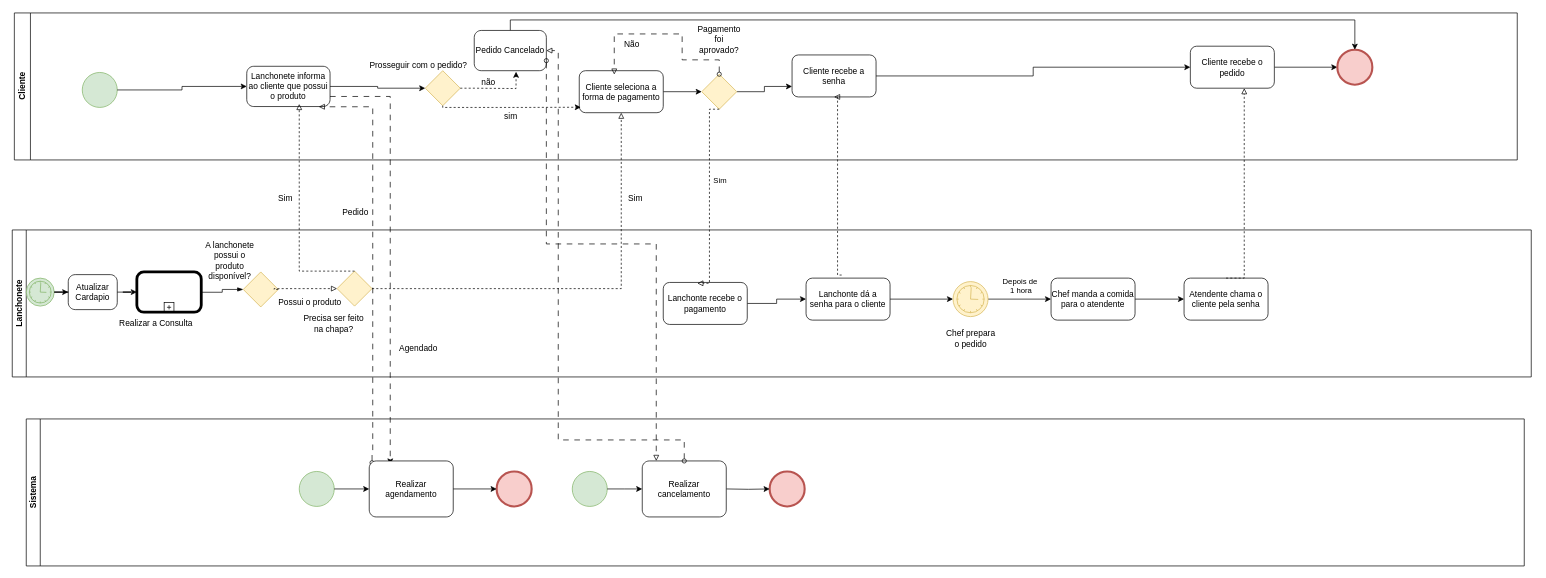
Earlier version of the draw.io diagram Diagramas_do_projeto/Diagrama_Tobe.drawio (VitorHenriqueOC/Projeto_MacFei). Source tidied: cells renumbered, new cells numbered last; positions are measured from the earlier drawing's top-left corner, leaving out a move shared by most shapes. Both pictures are drawn from the tidied source at 70%, with x=0, y=0 at pixel (12, 13).
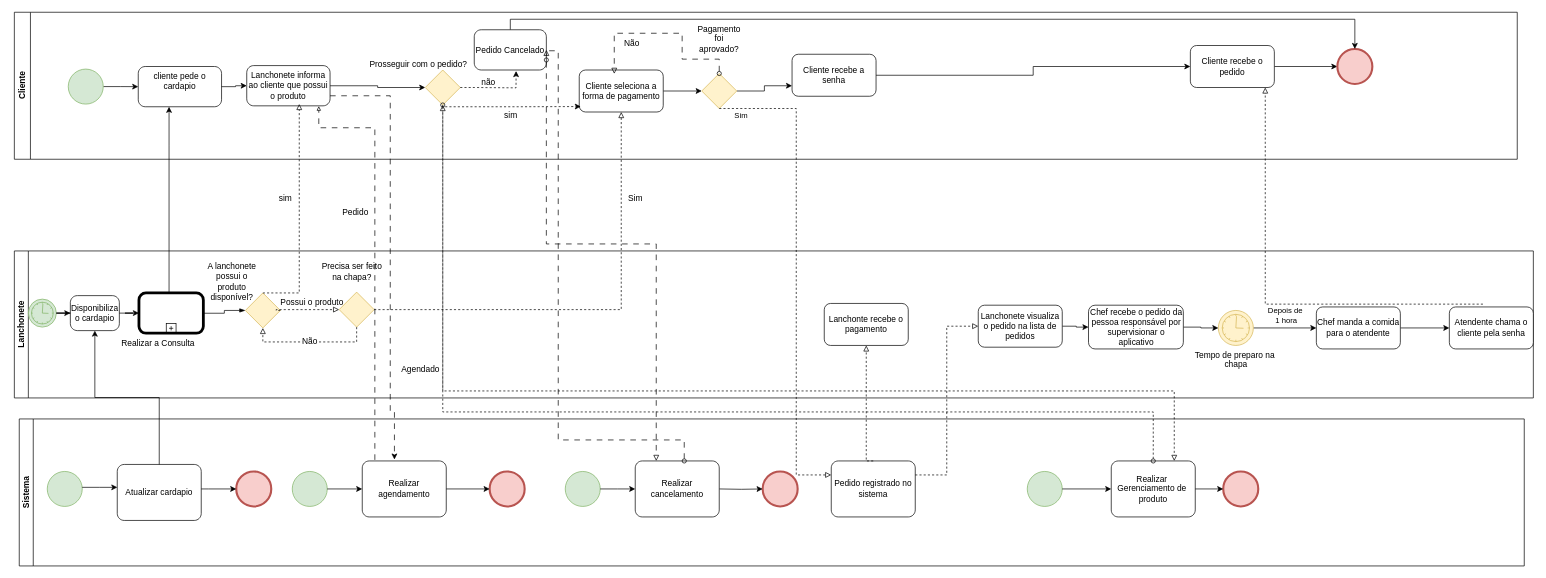
After the change.

Unchanged cells that the change refers to:
```xml
<mxCell id="5" value="Lanchonete informa ao cliente que possui o produto" style="points=[[0.25,0,0],[0.5,0,0],[0.75,0,0],[1,0.25,0],[1,0.5,0],[1,0.75,0],[0.75,1,0],[0.5,1,0],[0.25,1,0],[0,0.75,0],[0,0.5,0],[0,0.25,0]];shape=mxgraph.bpmn.task;whiteSpace=wrap;rectStyle=rounded;size=10;html=1;taskMarker=abstract;" parent="2" vertex="1">
  <mxGeometry x="332" y="76.2" width="119" height="57.5" as="geometry" />
</mxCell>
<mxCell id="9" style="rhombus;whiteSpace=wrap;html=1;fillColor=#fff2cc;strokeColor=#d6b656;" parent="2" vertex="1">
  <mxGeometry x="982" y="87.5" width="50" height="50" as="geometry" />
</mxCell>
<mxCell id="13" value="Cliente recebe a senha" style="rounded=1;whiteSpace=wrap;html=1;" parent="2" vertex="1">
  <mxGeometry x="1111" y="60" width="120" height="60" as="geometry" />
</mxCell>
<mxCell id="15" value="Cliente recebe o pedido" style="rounded=1;whiteSpace=wrap;html=1;" parent="2" vertex="1">
  <mxGeometry x="1680" y="47.5" width="120" height="60" as="geometry" />
</mxCell>
<mxCell id="22" style="rhombus;whiteSpace=wrap;html=1;fillColor=#fff2cc;strokeColor=#d6b656;" parent="2" vertex="1">
  <mxGeometry x="587" y="82.5" width="50" height="50" as="geometry" />
</mxCell>
<mxCell id="29" style="points=[[0.25,0,0],[0.5,0,0],[0.75,0,0],[1,0.25,0],[1,0.5,0],[1,0.75,0],[0.75,1,0],[0.5,1,0],[0.25,1,0],[0,0.75,0],[0,0.5,0],[0,0.25,0]];shape=mxgraph.bpmn.task;whiteSpace=wrap;rectStyle=rounded;size=10;html=1;bpmnShapeType=call;isLoopSub=1;" parent="28" vertex="1">
  <mxGeometry x="178" y="60" width="92" height="57.5" as="geometry" />
</mxCell>
<mxCell id="33" style="rhombus;whiteSpace=wrap;html=1;fillColor=#fff2cc;strokeColor=#d6b656;" parent="28" vertex="1">
  <mxGeometry x="330" y="60" width="50" height="50" as="geometry" />
</mxCell>
<mxCell id="42" style="rhombus;whiteSpace=wrap;html=1;fillColor=#fff2cc;strokeColor=#d6b656;" parent="28" vertex="1">
  <mxGeometry x="464" y="58.8" width="50" height="50" as="geometry" />
</mxCell>
<mxCell id="65" value="Realizar agendamento" style="points=[[0.25,0,0],[0.5,0,0],[0.75,0,0],[1,0.25,0],[1,0.5,0],[1,0.75,0],[0.75,1,0],[0.5,1,0],[0.25,1,0],[0,0.75,0],[0,0.5,0],[0,0.25,0]];shape=mxgraph.bpmn.task;whiteSpace=wrap;rectStyle=rounded;size=10;html=1;taskMarker=abstract;" parent="64" vertex="1">
  <mxGeometry x="490" y="60" width="120" height="80" as="geometry" />
</mxCell>
```

What changed in the source:
```diff
@@
     <mxCell id="2" value="Cliente" style="swimlane;horizontal=0;whiteSpace=wrap;html=1;" parent="1" vertex="1">
-      <mxGeometry x="3" width="2147" height="210" as="geometry" />
+      <mxGeometry x="3" y="-1" width="2147" height="210" as="geometry" />
     </mxCell>
+    <mxCell id="78" style="edgeStyle=orthogonalEdgeStyle;rounded=0;jettySize=auto;html=1;" parent="2" edge="1" source="3" target="79">
+      <mxGeometry relative="1" as="geometry" />
+    </mxCell>
     <mxCell id="3" style="points=[[0.145,0.145,0],[0.5,0,0],[0.855,0.145,0],[1,0.5,0],[0.855,0.855,0],[0.5,1,0],[0.145,0.855,0],[0,0.5,0]];shape=mxgraph.bpmn.event;html=1;verticalLabelPosition=bottom;labelBackgroundColor=#ffffff;verticalAlign=top;align=center;perimeter=ellipsePerimeter;outlineConnect=0;outline=standard;symbol=general;fillColor=#d5e8d4;strokeColor=#82b366;" parent="2" vertex="1">
-      <mxGeometry x="97" y="85" width="50" height="50" as="geometry" />
+      <mxGeometry x="77" y="81.2" width="50" height="50" as="geometry" />
     </mxCell>
@@
-    <mxCell id="18" style="edgeStyle=orthogonalEdgeStyle;rounded=0;jettySize=auto;html=1;entryX=0;entryY=0.5;entryDx=0;entryDy=0;entryPerimeter=0;" parent="2" edge="1" source="3" target="5">
-      <mxGeometry relative="1" as="geometry" />
-    </mxCell>
@@
+    <mxCell id="79" value="cliente pede o cardapio&lt;div&gt;&lt;br&gt;&lt;/div&gt;" style="points=[[0.25,0,0],[0.5,0,0],[0.75,0,0],[1,0.25,0],[1,0.5,0],[1,0.75,0],[0.75,1,0],[0.5,1,0],[0.25,1,0],[0,0.75,0],[0,0.5,0],[0,0.25,0]];shape=mxgraph.bpmn.task;whiteSpace=wrap;rectStyle=rounded;size=10;html=1;taskMarker=abstract;" parent="2" vertex="1">
+      <mxGeometry x="177" y="77.5" width="119" height="57.5" as="geometry" />
+    </mxCell>
+    <mxCell id="80" style="edgeStyle=orthogonalEdgeStyle;rounded=0;jettySize=auto;html=1;entryX=0;entryY=0.5;entryDx=0;entryDy=0;entryPerimeter=0;" parent="2" edge="1" source="79" target="5">
+      <mxGeometry relative="1" as="geometry" />
+    </mxCell>
-    <mxCell id="28" value="Lanchonete" style="swimlane;startSize=20;horizontal=0;html=1;whiteSpace=wrap;" parent="1" vertex="1">
-      <mxGeometry y="310" width="2170" height="210" as="geometry" />
+    <mxCell id="28" value="Lanchonete" style="swimlane;startSize=20;horizontal=0;html=1;whiteSpace=wrap;fontSize=12;" parent="1" vertex="1">
+      <mxGeometry x="3" y="340" width="2170" height="210" as="geometry" />
     </mxCell>
@@
-    <mxCell id="35" style="edgeStyle=orthogonalEdgeStyle;rounded=0;jettySize=auto;html=1;" parent="28" edge="1" source="36" target="38">
-      <mxGeometry relative="1" as="geometry" />
-    </mxCell>
     <mxCell id="36" value="Lanchonte recebe o pagamento" style="rounded=1;whiteSpace=wrap;html=1;" parent="28" vertex="1">
-      <mxGeometry x="930" y="75" width="120" height="60" as="geometry" />
+      <mxGeometry x="1157" y="75" width="120" height="60" as="geometry" />
     </mxCell>
-    <mxCell id="37" style="edgeStyle=orthogonalEdgeStyle;rounded=0;jettySize=auto;html=1;" parent="28" edge="1" source="38" target="41">
-      <mxGeometry relative="1" as="geometry" />
-    </mxCell>
-    <mxCell id="38" value="Lanchonte dá a senha para o cliente" style="rounded=1;whiteSpace=wrap;html=1;" parent="28" vertex="1">
-      <mxGeometry x="1134" y="68.8" width="120" height="60" as="geometry" />
-    </mxCell>
@@
-    <mxCell id="41" style="points=[[0.145,0.145,0],[0.5,0,0],[0.855,0.145,0],[1,0.5,0],[0.855,0.855,0],[0.5,1,0],[0.145,0.855,0],[0,0.5,0]];shape=mxgraph.bpmn.event;html=1;verticalLabelPosition=bottom;labelBackgroundColor=#ffffff;verticalAlign=top;align=center;perimeter=ellipsePerimeter;outlineConnect=0;outline=standard;symbol=timer;fillColor=#fff2cc;strokeColor=#d6b656;" parent="28" vertex="1">
-      <mxGeometry x="1344" y="73.8" width="50" height="50" as="geometry" />
+    <mxCell id="41" value="Tempo de preparo na&amp;nbsp;&lt;div&gt;chapa&lt;/div&gt;" style="points=[[0.145,0.145,0],[0.5,0,0],[0.855,0.145,0],[1,0.5,0],[0.855,0.855,0],[0.5,1,0],[0.145,0.855,0],[0,0.5,0]];shape=mxgraph.bpmn.event;html=1;verticalLabelPosition=bottom;labelBackgroundColor=#ffffff;verticalAlign=top;align=center;perimeter=ellipsePerimeter;outlineConnect=0;outline=standard;symbol=timer;fillColor=#fff2cc;strokeColor=#d6b656;" parent="28" vertex="1">
+      <mxGeometry x="1720" y="85" width="50" height="50" as="geometry" />
     </mxCell>
@@
-    <mxCell id="43" value="Chef prepara o pedido" style="text;html=1;align=center;verticalAlign=middle;whiteSpace=wrap;rounded=0;" parent="28" vertex="1">
-      <mxGeometry x="1328.5" y="140" width="81" height="30" as="geometry" />
-    </mxCell>
@@
     <mxCell id="45" value="Possui o produto" style="text;html=1;align=center;verticalAlign=middle;strokeColor=none;fillColor=none;" parent="28" vertex="1">
-      <mxGeometry x="370" y="87.5" width="110" height="30" as="geometry" />
+      <mxGeometry x="370" y="58.8" width="110" height="30" as="geometry" />
     </mxCell>
@@
     <mxCell id="47" value="Chef manda a comida para o atendente" style="rounded=1;whiteSpace=wrap;html=1;" parent="28" vertex="1">
-      <mxGeometry x="1484" y="68.8" width="120" height="60" as="geometry" />
+      <mxGeometry x="1860" y="80" width="120" height="60" as="geometry" />
     </mxCell>
     <mxCell id="48" value="Atendente chama o cliente pela senha" style="whiteSpace=wrap;html=1;rounded=1;" parent="28" vertex="1">
-      <mxGeometry x="1674" y="68.8" width="120" height="60" as="geometry" />
+      <mxGeometry x="2050" y="80" width="120" height="60" as="geometry" />
     </mxCell>
-    <mxCell id="49" value="Precisa ser feito&lt;div&gt;na chapa?&lt;/div&gt;" style="text;html=1;align=center;verticalAlign=middle;strokeColor=none;fillColor=none;" parent="28" vertex="1">
-      <mxGeometry x="404" y="113.8" width="110" height="40" as="geometry" />
+    <mxCell id="49" value="Precisa ser feito&lt;div style=&quot;line-height: 120%;&quot;&gt;na chapa?&lt;/div&gt;" style="text;html=1;align=center;verticalAlign=middle;strokeColor=none;fillColor=none;" parent="28" vertex="1">
+      <mxGeometry x="427" y="10" width="110" height="40" as="geometry" />
     </mxCell>
@@
-    <mxCell id="51" style="edgeStyle=orthogonalEdgeStyle;rounded=0;jettySize=auto;html=1;entryX=0.865;entryY=1.006;entryDx=0;entryDy=0;entryPerimeter=0;dashed=1;dashPattern=8 8;endArrow=block;endFill=0;startArrow=oval;startFill=0;exitX=0.35;exitY=-0.031;exitDx=0;exitDy=0;exitPerimeter=0;" parent="28" edge="1" target="5">
+    <mxCell id="51" style="edgeStyle=orthogonalEdgeStyle;rounded=0;jettySize=auto;html=1;entryX=0.865;entryY=1.006;entryDx=0;entryDy=0;entryPerimeter=0;dashed=1;dashPattern=8 8;endArrow=block;endFill=0;startArrow=oval;startFill=0;exitX=0.35;exitY=-0.031;exitDx=0;exitDy=0;exitPerimeter=0;endSize=4;" parent="28" edge="1" target="5">
       <mxGeometry relative="1" as="geometry">
         <mxPoint x="514" y="332.5" as="sourcePoint" />
         <Array as="points">
           <mxPoint x="514" y="315" />
           <mxPoint x="515" y="315" />
           <mxPoint x="515" y="-176" />
         </Array>
       </mxGeometry>
     </mxCell>
-    <mxCell id="52" style="edgeStyle=orthogonalEdgeStyle;rounded=0;jettySize=auto;html=1;entryX=0.75;entryY=0;entryDx=0;entryDy=0;entryPerimeter=0;exitX=1;exitY=0.75;exitDx=0;exitDy=0;exitPerimeter=0;dashed=1;dashPattern=8 8;" parent="28" edge="1" source="5">
-      <mxGeometry relative="1" as="geometry">
-        <mxPoint x="540" y="335" as="targetPoint" />
-        <Array as="points">
-          <mxPoint x="540" y="-191" />
-        </Array>
-      </mxGeometry>
-    </mxCell>
-    <mxCell id="53" value="Atualizar Cardapio" style="points=[[0.25,0,0],[0.5,0,0],[0.75,0,0],[1,0.25,0],[1,0.5,0],[1,0.75,0],[0.75,1,0],[0.5,1,0],[0.25,1,0],[0,0.75,0],[0,0.5,0],[0,0.25,0]];shape=mxgraph.bpmn.task;whiteSpace=wrap;rectStyle=rounded;size=10;html=1;taskMarker=abstract;" parent="28" vertex="1">
+    <mxCell id="53" value="Disponibiliza o cardapio" style="points=[[0.25,0,0],[0.5,0,0],[0.75,0,0],[1,0.25,0],[1,0.5,0],[1,0.75,0],[0.75,1,0],[0.5,1,0],[0.25,1,0],[0,0.75,0],[0,0.5,0],[0,0.25,0]];shape=mxgraph.bpmn.task;whiteSpace=wrap;rectStyle=rounded;size=10;html=1;taskMarker=abstract;" parent="28" vertex="1">
       <mxGeometry x="80" y="63.8" width="70" height="50" as="geometry" />
     </mxCell>
@@
-    <mxCell id="56" style="edgeStyle=elbowEdgeStyle;fontSize=12;html=1;endFill=0;startFill=0;endSize=6;startSize=6;dashed=1;endArrow=block;startArrow=none;rounded=0;exitX=0.424;exitY=-0.073;exitDx=0;exitDy=0;exitPerimeter=0;entryX=0.5;entryY=1;entryDx=0;entryDy=0;" parent="1" edge="1" source="38" target="13">
-      <mxGeometry relative="1" as="geometry" />
-    </mxCell>
+    <mxCell id="81" style="edgeStyle=orthogonalEdgeStyle;rounded=0;jettySize=auto;html=1;" parent="28" edge="1" source="82" target="84">
+      <mxGeometry relative="1" as="geometry" />
+    </mxCell>
+    <mxCell id="82" value="Lanchonete visualiza o pedido na lista de pedidos" style="rounded=1;whiteSpace=wrap;html=1;" parent="28" vertex="1">
+      <mxGeometry x="1377" y="77.5" width="120" height="60" as="geometry" />
+    </mxCell>
+    <mxCell id="83" style="edgeStyle=orthogonalEdgeStyle;rounded=0;jettySize=auto;html=1;" parent="28" edge="1" source="84" target="41">
+      <mxGeometry relative="1" as="geometry" />
+    </mxCell>
+    <mxCell id="84" value="Chef recebe o pedido da pessoa responsável por supervisionar o aplicativo" style="rounded=1;whiteSpace=wrap;html=1;" parent="28" vertex="1">
+      <mxGeometry x="1534.5" y="77.5" width="135.5" height="62.5" as="geometry" />
+    </mxCell>
+    <mxCell id="85" value="Não" style="edgeStyle=elbowEdgeStyle;fontSize=12;html=1;endFill=0;startFill=0;endSize=6;startSize=6;dashed=1;endArrow=block;startArrow=none;rounded=0;entryX=0.5;entryY=1;entryDx=0;entryDy=0;elbow=vertical;exitX=0.5;exitY=1;exitDx=0;exitDy=0;" parent="28" edge="1" source="42" target="33">
+      <mxGeometry relative="1" as="geometry">
+        <Array as="points">
+          <mxPoint x="407" y="130" />
+        </Array>
+      </mxGeometry>
+    </mxCell>
-    <mxCell id="57" style="edgeStyle=elbowEdgeStyle;fontSize=12;html=1;endFill=0;startFill=0;endSize=6;startSize=6;dashed=1;endArrow=block;startArrow=none;rounded=0;exitX=0.5;exitY=0;exitDx=0;exitDy=0;" parent="1" edge="1" source="42">
+    <mxCell id="57" style="edgeStyle=elbowEdgeStyle;fontSize=12;html=1;endFill=0;startFill=0;endSize=6;startSize=6;dashed=1;endArrow=block;startArrow=none;rounded=0;exitX=0.5;exitY=0;exitDx=0;exitDy=0;" parent="1" edge="1" source="33">
       <mxGeometry relative="1" as="geometry">
         <mxPoint x="410" y="130" as="targetPoint" />
         <Array as="points">
           <mxPoint x="410" y="250" />
           <mxPoint x="1290" y="260" />
         </Array>
       </mxGeometry>
     </mxCell>
-    <mxCell id="58" style="edgeStyle=elbowEdgeStyle;fontSize=12;html=1;endFill=0;startFill=0;endSize=6;startSize=6;dashed=1;endArrow=block;startArrow=none;rounded=0;exitX=0.5;exitY=0;exitDx=0;exitDy=0;" parent="1" edge="1" source="48" target="15">
+    <mxCell id="58" style="edgeStyle=elbowEdgeStyle;fontSize=12;html=1;endFill=0;startFill=0;endSize=6;startSize=6;dashed=1;endArrow=block;startArrow=none;rounded=0;exitX=0.4;exitY=-0.067;exitDx=0;exitDy=0;exitPerimeter=0;" parent="1" edge="1" source="48" target="15">
       <mxGeometry relative="1" as="geometry">
         <Array as="points">
-          <mxPoint x="1760" y="260" />
+          <mxPoint x="1790" y="380" />
         </Array>
       </mxGeometry>
     </mxCell>
@@
-    <mxCell id="60" value="Sim" style="text;html=1;align=center;verticalAlign=middle;strokeColor=none;fillColor=none;" parent="1" vertex="1">
+    <mxCell id="60" value="&lt;div&gt;sim&lt;/div&gt;" style="text;html=1;align=center;verticalAlign=middle;strokeColor=none;fillColor=none;" parent="1" vertex="1">
       <mxGeometry x="370" y="250" width="40" height="30" as="geometry" />
     </mxCell>
@@
-    <mxCell id="62" style="edgeStyle=elbowEdgeStyle;fontSize=12;html=1;endFill=0;startFill=0;endSize=6;startSize=6;dashed=1;endArrow=block;startArrow=none;rounded=0;exitX=0.5;exitY=1;exitDx=0;exitDy=0;entryX=0.406;entryY=0.02;entryDx=0;entryDy=0;entryPerimeter=0;" parent="1" edge="1" source="9" target="36">
-      <mxGeometry relative="1" as="geometry">
-        <Array as="points">
-          <mxPoint x="996" y="210" />
-        </Array>
-      </mxGeometry>
-    </mxCell>
-    <mxCell id="63" value="Sim" style="edgeLabel;html=1;align=center;verticalAlign=middle;" parent="62" vertex="1">
-      <mxGeometry x="-0.19" y="4" relative="1" as="geometry">
-        <mxPoint x="10" y="2" as="offset" />
-      </mxGeometry>
-    </mxCell>
     <mxCell id="64" value="Sistema" style="swimlane;startSize=20;horizontal=0;html=1;whiteSpace=wrap;" parent="1" vertex="1">
-      <mxGeometry x="20" y="580" width="2140" height="210" as="geometry" />
+      <mxGeometry x="10" y="580" width="2150" height="210" as="geometry" />
     </mxCell>
@@
+    <mxCell id="86" value="Realizar&amp;nbsp;&lt;div&gt;Gerenciamento de&amp;nbsp;&lt;/div&gt;&lt;div&gt;produto&lt;/div&gt;" style="points=[[0.25,0,0],[0.5,0,0],[0.75,0,0],[1,0.25,0],[1,0.5,0],[1,0.75,0],[0.75,1,0],[0.5,1,0],[0.25,1,0],[0,0.75,0],[0,0.5,0],[0,0.25,0]];shape=mxgraph.bpmn.task;whiteSpace=wrap;rectStyle=rounded;size=10;html=1;taskMarker=abstract;" parent="64" vertex="1">
+      <mxGeometry x="1560" y="60" width="120" height="80" as="geometry" />
+    </mxCell>
+    <mxCell id="87" value="Pedido registrado no sistema" style="points=[[0.25,0,0],[0.5,0,0],[0.75,0,0],[1,0.25,0],[1,0.5,0],[1,0.75,0],[0.75,1,0],[0.5,1,0],[0.25,1,0],[0,0.75,0],[0,0.5,0],[0,0.25,0]];shape=mxgraph.bpmn.task;whiteSpace=wrap;rectStyle=rounded;size=10;html=1;taskMarker=abstract;" parent="64" vertex="1">
+      <mxGeometry x="1160" y="60" width="120" height="80" as="geometry" />
+    </mxCell>
+    <mxCell id="88" style="points=[[0.145,0.145,0],[0.5,0,0],[0.855,0.145,0],[1,0.5,0],[0.855,0.855,0],[0.5,1,0],[0.145,0.855,0],[0,0.5,0]];shape=mxgraph.bpmn.event;html=1;verticalLabelPosition=bottom;labelBackgroundColor=#ffffff;verticalAlign=top;align=center;perimeter=ellipsePerimeter;outlineConnect=0;outline=standard;symbol=general;fillColor=#d5e8d4;strokeColor=#82b366;" parent="64" vertex="1">
+      <mxGeometry x="1440" y="75" width="50" height="50" as="geometry" />
+    </mxCell>
+    <mxCell id="89" style="points=[[0.145,0.145,0],[0.5,0,0],[0.855,0.145,0],[1,0.5,0],[0.855,0.855,0],[0.5,1,0],[0.145,0.855,0],[0,0.5,0]];shape=mxgraph.bpmn.event;html=1;verticalLabelPosition=bottom;labelBackgroundColor=#ffffff;verticalAlign=top;align=center;perimeter=ellipsePerimeter;outlineConnect=0;outline=end;symbol=terminate2;fillColor=#f8cecc;strokeColor=#b85450;" parent="64" vertex="1">
+      <mxGeometry x="1720" y="75" width="50" height="50" as="geometry" />
+    </mxCell>
+    <mxCell id="90" style="edgeStyle=orthogonalEdgeStyle;rounded=0;jettySize=auto;html=1;entryX=0;entryY=0.5;entryDx=0;entryDy=0;entryPerimeter=0;" parent="64" edge="1" source="88" target="86">
+      <mxGeometry relative="1" as="geometry" />
+    </mxCell>
+    <mxCell id="91" style="edgeStyle=orthogonalEdgeStyle;rounded=0;jettySize=auto;html=1;entryX=0;entryY=0.5;entryDx=0;entryDy=0;entryPerimeter=0;" parent="64" edge="1" source="86" target="89">
+      <mxGeometry relative="1" as="geometry" />
+    </mxCell>
+    <mxCell id="92" value="Atualizar cardapio" style="points=[[0.25,0,0],[0.5,0,0],[0.75,0,0],[1,0.25,0],[1,0.5,0],[1,0.75,0],[0.75,1,0],[0.5,1,0],[0.25,1,0],[0,0.75,0],[0,0.5,0],[0,0.25,0]];shape=mxgraph.bpmn.task;whiteSpace=wrap;rectStyle=rounded;size=10;html=1;taskMarker=abstract;" parent="64" vertex="1">
+      <mxGeometry x="140" y="65" width="120" height="80" as="geometry" />
+    </mxCell>
+    <mxCell id="93" style="points=[[0.145,0.145,0],[0.5,0,0],[0.855,0.145,0],[1,0.5,0],[0.855,0.855,0],[0.5,1,0],[0.145,0.855,0],[0,0.5,0]];shape=mxgraph.bpmn.event;html=1;verticalLabelPosition=bottom;labelBackgroundColor=#ffffff;verticalAlign=top;align=center;perimeter=ellipsePerimeter;outlineConnect=0;outline=end;symbol=terminate2;fillColor=#f8cecc;strokeColor=#b85450;" parent="64" vertex="1">
+      <mxGeometry x="310" y="75" width="50" height="50" as="geometry" />
+    </mxCell>
+    <mxCell id="94" style="points=[[0.145,0.145,0],[0.5,0,0],[0.855,0.145,0],[1,0.5,0],[0.855,0.855,0],[0.5,1,0],[0.145,0.855,0],[0,0.5,0]];shape=mxgraph.bpmn.event;html=1;verticalLabelPosition=bottom;labelBackgroundColor=#ffffff;verticalAlign=top;align=center;perimeter=ellipsePerimeter;outlineConnect=0;outline=standard;symbol=general;fillColor=#d5e8d4;strokeColor=#82b366;" parent="64" vertex="1">
+      <mxGeometry x="40" y="75" width="50" height="50" as="geometry" />
+    </mxCell>
+    <mxCell id="95" style="edgeStyle=orthogonalEdgeStyle;rounded=0;jettySize=auto;html=1;entryX=0.001;entryY=0.409;entryDx=0;entryDy=0;entryPerimeter=0;" parent="64" edge="1" source="94" target="92">
+      <mxGeometry relative="1" as="geometry">
+        <Array as="points">
+          <mxPoint x="115" y="98" />
+        </Array>
+      </mxGeometry>
+    </mxCell>
+    <mxCell id="96" style="edgeStyle=orthogonalEdgeStyle;rounded=0;jettySize=auto;html=1;entryX=0;entryY=0.5;entryDx=0;entryDy=0;entryPerimeter=0;" parent="64" edge="1" source="92" target="93">
+      <mxGeometry relative="1" as="geometry">
+        <Array as="points">
+          <mxPoint x="270" y="100" />
+          <mxPoint x="270" y="100" />
+        </Array>
+      </mxGeometry>
+    </mxCell>
@@
+    <mxCell id="62" style="edgeStyle=elbowEdgeStyle;fontSize=12;html=1;endFill=0;startFill=0;endSize=6;startSize=6;dashed=1;endArrow=block;startArrow=none;rounded=0;exitX=0.5;exitY=1;exitDx=0;exitDy=0;entryX=0;entryY=0.25;entryDx=0;entryDy=0;entryPerimeter=0;" parent="1" edge="1" source="9" target="87">
+      <mxGeometry relative="1" as="geometry">
+        <Array as="points">
+          <mxPoint x="1120" y="410" />
+        </Array>
+      </mxGeometry>
+    </mxCell>
+    <mxCell id="63" value="Sim" style="edgeLabel;html=1;align=center;verticalAlign=middle;" parent="62" vertex="1">
+      <mxGeometry x="-0.19" y="4" relative="1" as="geometry">
+        <mxPoint x="-84" y="-158" as="offset" />
+      </mxGeometry>
+    </mxCell>
+    <mxCell id="97" style="edgeStyle=orthogonalEdgeStyle;rounded=0;jettySize=auto;html=1;exitX=0.5;exitY=1;exitDx=0;exitDy=0;dashed=1;endArrow=block;endFill=0;startArrow=oval;startFill=0;" parent="1" edge="1" source="22" target="86">
+      <mxGeometry relative="1" as="geometry">
+        <Array as="points">
+          <mxPoint x="615" y="540" />
+          <mxPoint x="1660" y="540" />
+        </Array>
+      </mxGeometry>
+    </mxCell>
+    <mxCell id="98" style="edgeStyle=elbowEdgeStyle;fontSize=12;html=1;endFill=0;startFill=0;endSize=6;startSize=6;dashed=1;endArrow=block;startArrow=none;rounded=0;exitX=0.5;exitY=0;exitDx=0;exitDy=0;exitPerimeter=0;entryX=0.5;entryY=1;entryDx=0;entryDy=0;" parent="1" edge="1" source="87" target="36">
+      <mxGeometry relative="1" as="geometry">
+        <Array as="points">
+          <mxPoint x="1220" y="580" />
+        </Array>
+      </mxGeometry>
+    </mxCell>
+    <mxCell id="99" style="edgeStyle=orthogonalEdgeStyle;rounded=0;jettySize=auto;html=1;entryX=0.5;entryY=1;entryDx=0;entryDy=0;entryPerimeter=0;" parent="1" edge="1" source="92" target="53">
+      <mxGeometry relative="1" as="geometry" />
+    </mxCell>
+    <mxCell id="100" style="edgeStyle=orthogonalEdgeStyle;rounded=0;jettySize=auto;html=1;" parent="1" edge="1" source="29" target="79">
+      <mxGeometry relative="1" as="geometry">
+        <Array as="points">
+          <mxPoint x="224" y="190" />
+          <mxPoint x="224" y="190" />
+        </Array>
+      </mxGeometry>
+    </mxCell>
+    <mxCell id="101" style="edgeStyle=orthogonalEdgeStyle;rounded=0;jettySize=auto;html=1;entryX=0.5;entryY=1;entryDx=0;entryDy=0;dashed=1;endArrow=block;endFill=0;startArrow=oval;startFill=0;" parent="1" edge="1" source="86" target="22">
+      <mxGeometry relative="1" as="geometry">
+        <Array as="points">
+          <mxPoint x="1630" y="570" />
+          <mxPoint x="615" y="570" />
+        </Array>
+      </mxGeometry>
+    </mxCell>
+    <mxCell id="52" style="edgeStyle=orthogonalEdgeStyle;rounded=0;jettySize=auto;html=1;entryX=0.383;entryY=-0.025;entryDx=0;entryDy=0;entryPerimeter=0;exitX=1;exitY=0.75;exitDx=0;exitDy=0;exitPerimeter=0;dashed=1;dashPattern=8 8;" parent="1" edge="1" source="5" target="65">
+      <mxGeometry relative="1" as="geometry">
+        <Array as="points">
+          <mxPoint x="540" y="119" />
+          <mxPoint x="540" y="570" />
+          <mxPoint x="546" y="570" />
+        </Array>
+      </mxGeometry>
+    </mxCell>
+    <mxCell id="102" style="edgeStyle=elbowEdgeStyle;fontSize=12;html=1;endFill=0;startFill=0;endSize=6;startSize=6;dashed=1;endArrow=block;startArrow=none;rounded=0;exitX=1;exitY=0.25;exitDx=0;exitDy=0;exitPerimeter=0;entryX=0;entryY=0.5;entryDx=0;entryDy=0;" parent="1" edge="1" source="87" target="82">
+      <mxGeometry relative="1" as="geometry" />
+    </mxCell>
```
